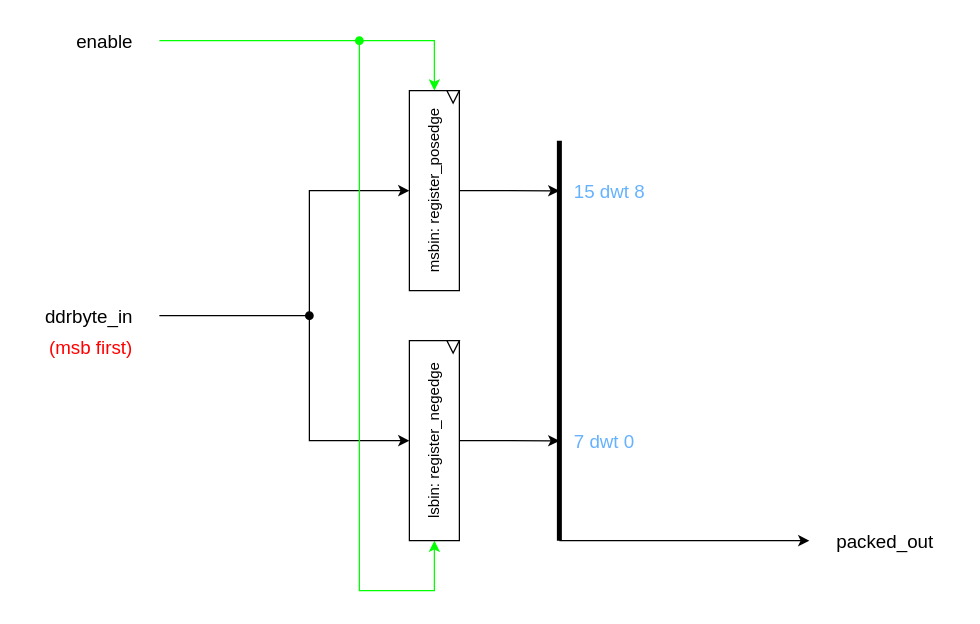
Earlier version of the draw.io diagram page "packer" (5 of 11) of hyperram_system/ip/avs_to_hram_converter/schematics/avs_to_hram_converter.drawio (AndreaBononi/Intel_Cyclone10LP_systems). Source tidied: cells renumbered, new cells numbered last; positions are measured from the earlier drawing's top-left corner, leaving out a move shared by most shapes. Both pictures are drawn from the tidied source at 125%, with x=0, y=0 at pixel (21, 21).
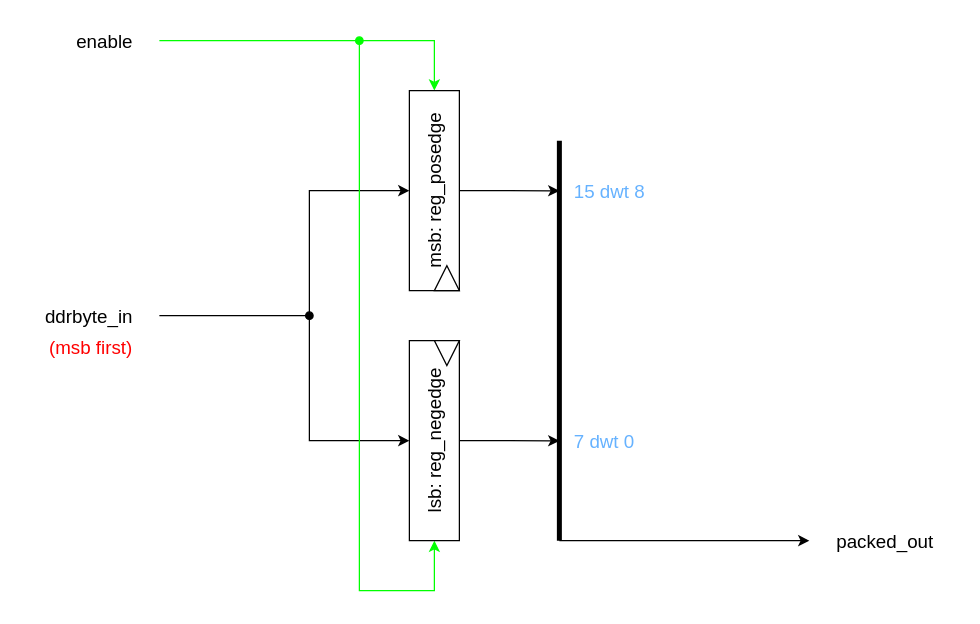
After the change.

The edit, as a diff of the source:
```diff
@@
-    <mxCell id="8" value="msbin: register_posedge" style="rounded=0;whiteSpace=wrap;html=1;horizontal=0;" parent="1" vertex="1">
+    <mxCell id="8" value="&lt;font style=&quot;font-size: 15px;&quot;&gt;msb: reg_posedge&lt;/font&gt;" style="rounded=0;whiteSpace=wrap;html=1;horizontal=0;" parent="1" vertex="1">
       <mxGeometry x="310" y="55" width="40" height="160" as="geometry" />
     </mxCell>
@@
-    <mxCell id="12" value="lsbin: register_negedge" style="rounded=0;whiteSpace=wrap;html=1;horizontal=0;" parent="1" vertex="1">
+    <mxCell id="12" value="&lt;font style=&quot;font-size: 15px;&quot;&gt;lsb: reg_negedge&lt;/font&gt;" style="rounded=0;whiteSpace=wrap;html=1;horizontal=0;" parent="1" vertex="1">
       <mxGeometry x="310" y="255" width="40" height="160" as="geometry" />
     </mxCell>
-    <mxCell id="13" style="triangle;whiteSpace=wrap;html=1;direction=south;fontSize=15;" parent="1" vertex="1">
-      <mxGeometry x="340" y="55" width="10" height="10" as="geometry" />
+    <mxCell id="13" style="triangle;whiteSpace=wrap;html=1;direction=north;fontSize=15;" parent="1" vertex="1">
+      <mxGeometry x="330" y="195" width="20" height="20" as="geometry" />
     </mxCell>
     <mxCell id="14" style="triangle;whiteSpace=wrap;html=1;direction=south;fontSize=15;" parent="1" vertex="1">
-      <mxGeometry x="340" y="255" width="10" height="10" as="geometry" />
+      <mxGeometry x="330" y="255" width="20" height="20" as="geometry" />
     </mxCell>
```
